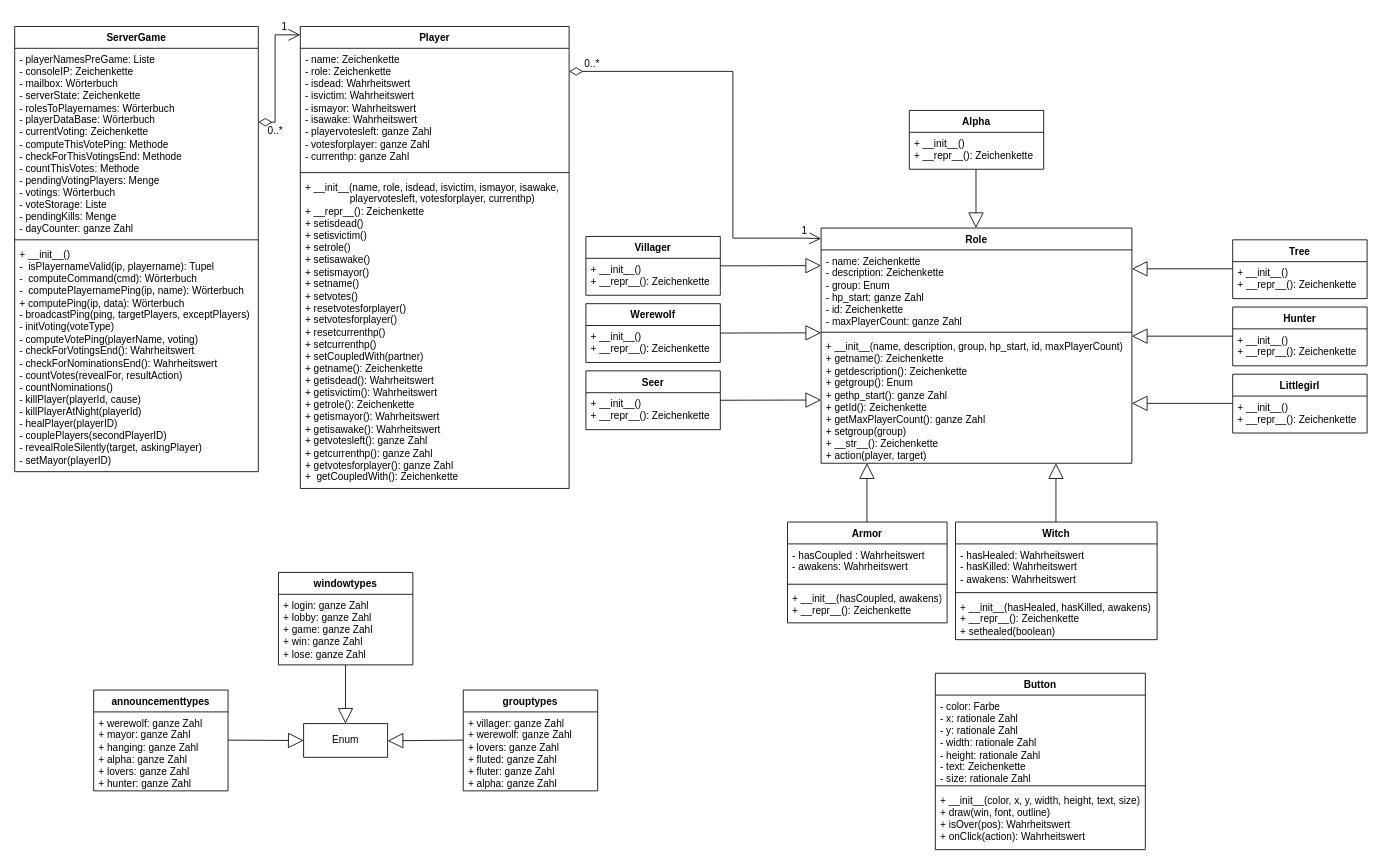
Before: UML-Klassendiagramm.drawio in lukitheflusspferd/KeplerWolf, a draw.io diagram. Source tidied: cells renumbered, new cells numbered last; positions are measured from the earlier drawing's top-left corner, leaving out a move shared by most shapes. Both pictures are drawn from the tidied source at 84%, with x=0, y=0 at pixel (14, 14).
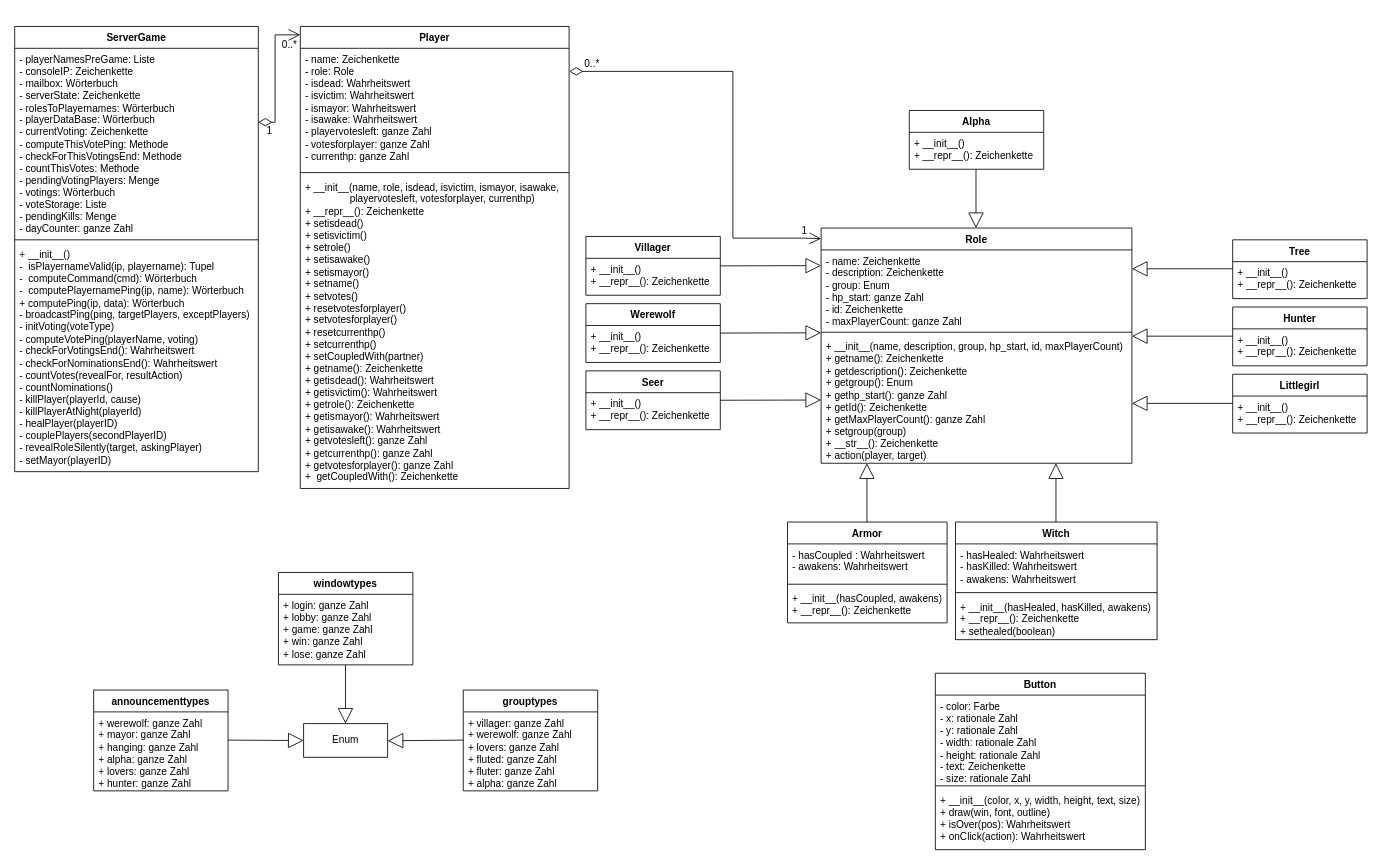
Above is the later version.

Commit message (it also covers changes not shown here):
* UML-Klassendiagramm aktualisiert * Kommentare hinzugefügt

Unchanged cells that the change refers to:
```xml
<mxCell id="6" value="Player" style="swimlane;fontStyle=1;align=center;verticalAlign=top;horizontal=1;startSize=26;whiteSpace=wrap;html=1;" parent="1" vertex="1">
  <mxGeometry x="340" y="14" width="320" height="550" as="geometry" />
</mxCell>
```

What changed in the source:
```diff
@@
-    <mxCell id="7" value="&lt;div&gt;- name: Zeichenkette&lt;/div&gt;&lt;div&gt;- role: Zeichenkette&lt;/div&gt;&lt;div&gt;- isdead: Wahrheitswert&lt;/div&gt;&lt;div&gt; - isvictim: Wahrheitswert&lt;/div&gt;&lt;div&gt;- ismayor: Wahrheitswert&lt;/div&gt;&lt;div&gt;- isawake: Wahrheitswert&lt;/div&gt;&lt;div&gt; - playervotesleft: ganze Zahl&lt;/div&gt;&lt;div&gt;-  votesforplayer: ganze Zahl&lt;/div&gt;&lt;div&gt;- currenthp: ganze Zahl&lt;/div&gt;" style="text;strokeColor=none;fillColor=none;align=left;verticalAlign=top;spacingLeft=4;spacingRight=4;overflow=hidden;whiteSpace=wrap;html=1;" parent="6" vertex="1">
+    <mxCell id="7" value="&lt;div&gt;- name: Zeichenkette&lt;/div&gt;&lt;div&gt;- role: Role&lt;/div&gt;&lt;div&gt;- isdead: Wahrheitswert&lt;/div&gt;&lt;div&gt; - isvictim: Wahrheitswert&lt;/div&gt;&lt;div&gt;- ismayor: Wahrheitswert&lt;/div&gt;&lt;div&gt;- isawake: Wahrheitswert&lt;/div&gt;&lt;div&gt; - playervotesleft: ganze Zahl&lt;/div&gt;&lt;div&gt;-  votesforplayer: ganze Zahl&lt;/div&gt;&lt;div&gt;- currenthp: ganze Zahl&lt;/div&gt;" style="text;strokeColor=none;fillColor=none;align=left;verticalAlign=top;spacingLeft=4;spacingRight=4;overflow=hidden;whiteSpace=wrap;html=1;" parent="6" vertex="1">
       <mxGeometry y="26" width="320" height="144" as="geometry" />
     </mxCell>
@@
     <mxCell id="62" value="0..*" style="text;html=1;align=center;verticalAlign=middle;strokeColor=none;fillColor=none;" parent="1" vertex="1">
-      <mxGeometry x="290" y="124" width="40" height="30" as="geometry" />
+      <mxGeometry x="307" y="21" width="40" height="30" as="geometry" />
     </mxCell>
     <mxCell id="63" value="1" style="text;html=1;align=center;verticalAlign=middle;strokeColor=none;fillColor=none;" parent="1" vertex="1">
-      <mxGeometry x="306" width="30" height="30" as="geometry" />
+      <mxGeometry x="288" y="124" width="30" height="30" as="geometry" />
     </mxCell>
```
